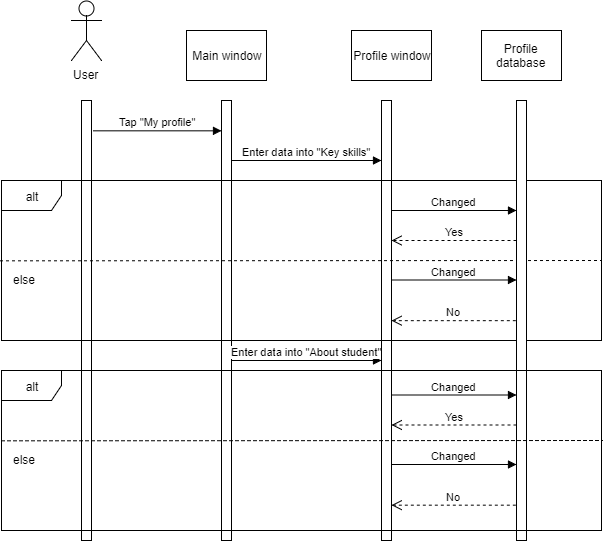
The draw.io diagram docs/Diagramms/Sequence/sequence3.png in DanyaHDanny/UniversityFacemash, before a commit. Source tidied: cells renumbered, new cells last; positions are measured from the earlier drawing's top-left corner, leaving out a move shared by most shapes. Source of this version:
```xml
<mxGraphModel>
  <root>
    <mxCell id="0" />
    <mxCell id="1" parent="0" />
    <mxCell id="2" value="User&lt;br&gt;" style="shape=umlActor;verticalLabelPosition=bottom;labelBackgroundColor=#ffffff;verticalAlign=top;html=1;" parent="1" vertex="1">
      <mxGeometry x="70" width="30" height="60" as="geometry" />
    </mxCell>
    <mxCell id="3" style="html=1;points=[];perimeter=orthogonalPerimeter;" parent="1" vertex="1">
      <mxGeometry x="80" y="100" width="10" height="440" as="geometry" />
    </mxCell>
    <mxCell id="4" value="&amp;nbsp;Main window" style="html=1;" parent="1" vertex="1">
      <mxGeometry x="185" y="30" width="80" height="50" as="geometry" />
    </mxCell>
    <mxCell id="5" style="html=1;points=[];perimeter=orthogonalPerimeter;" parent="1" vertex="1">
      <mxGeometry x="220" y="100" width="10" height="440" as="geometry" />
    </mxCell>
    <mxCell id="6" value="Tap &quot;My profile&quot;" style="html=1;verticalAlign=bottom;endArrow=block;exitX=1.16;exitY=0.069;exitDx=0;exitDy=0;exitPerimeter=0;" parent="1" edge="1" source="3" target="5">
      <mxGeometry relative="1" as="geometry" />
    </mxCell>
    <mxCell id="7" value="&amp;nbsp;Profile window" style="html=1;" parent="1" vertex="1">
      <mxGeometry x="350" y="30" width="80" height="50" as="geometry" />
    </mxCell>
    <mxCell id="8" style="html=1;points=[];perimeter=orthogonalPerimeter;" parent="1" vertex="1">
      <mxGeometry x="380" y="100" width="10" height="440" as="geometry" />
    </mxCell>
    <mxCell id="9" value="Enter data into &quot;Key skills&quot;" style="html=1;verticalAlign=bottom;endArrow=block;exitX=1.16;exitY=0.069;exitDx=0;exitDy=0;exitPerimeter=0;" parent="1" edge="1" target="8">
      <mxGeometry relative="1" as="geometry">
        <mxPoint x="230" y="160" as="sourcePoint" />
      </mxGeometry>
    </mxCell>
    <mxCell id="10" value="alt&lt;br&gt;" style="shape=umlFrame;whiteSpace=wrap;html=1;" parent="1" vertex="1">
      <mxGeometry y="180" width="600" height="160" as="geometry" />
    </mxCell>
    <mxCell id="11" style="endArrow=none;dashed=1;html=1;exitX=-0.003;exitY=0.501;exitDx=0;exitDy=0;exitPerimeter=0;" parent="1" edge="1" source="10">
      <mxGeometry relative="1" as="geometry">
        <mxPoint x="600" y="260" as="targetPoint" />
      </mxGeometry>
    </mxCell>
    <mxCell id="12" value="else" style="text;html=1;align=left;verticalAlign=top;spacingTop=-4;" parent="1" vertex="1">
      <mxGeometry x="9.5" y="270" width="40" height="20" as="geometry" />
    </mxCell>
    <mxCell id="13" value="&amp;nbsp;Profile &lt;br&gt;database" style="html=1;" parent="1" vertex="1">
      <mxGeometry x="480" y="30" width="80" height="50" as="geometry" />
    </mxCell>
    <mxCell id="14" style="html=1;points=[];perimeter=orthogonalPerimeter;" parent="1" vertex="1">
      <mxGeometry x="515" y="100" width="10" height="440" as="geometry" />
    </mxCell>
    <mxCell id="15" value="Changed" style="html=1;verticalAlign=bottom;endArrow=block;" parent="1" edge="1" target="14">
      <mxGeometry relative="1" as="geometry">
        <mxPoint x="390" y="210" as="sourcePoint" />
      </mxGeometry>
    </mxCell>
    <mxCell id="16" value="Changed" style="html=1;verticalAlign=bottom;endArrow=block;" parent="1" edge="1">
      <mxGeometry relative="1" as="geometry">
        <mxPoint x="390" y="279.5" as="sourcePoint" />
        <mxPoint x="515" y="279.5" as="targetPoint" />
      </mxGeometry>
    </mxCell>
    <mxCell id="17" value="No" style="html=1;verticalAlign=bottom;endArrow=open;dashed=1;endSize=8;exitX=-0.1;exitY=0.555;exitDx=0;exitDy=0;exitPerimeter=0;" parent="1" edge="1">
      <mxGeometry relative="1" as="geometry">
        <mxPoint x="514.3" y="320.2" as="sourcePoint" />
        <mxPoint x="390" y="320.2" as="targetPoint" />
      </mxGeometry>
    </mxCell>
    <mxCell id="18" value="Yes" style="html=1;verticalAlign=bottom;endArrow=open;dashed=1;endSize=8;" parent="1" edge="1" target="8">
      <mxGeometry relative="1" as="geometry">
        <mxPoint x="515" y="240" as="sourcePoint" />
      </mxGeometry>
    </mxCell>
    <mxCell id="19" value="Enter data into &quot;About student&quot;" style="html=1;verticalAlign=bottom;endArrow=block;" parent="1" edge="1" target="8">
      <mxGeometry relative="1" as="geometry">
        <mxPoint x="230" y="360" as="sourcePoint" />
      </mxGeometry>
    </mxCell>
    <mxCell id="20" value="alt&lt;br&gt;" style="shape=umlFrame;whiteSpace=wrap;html=1;" parent="1" vertex="1">
      <mxGeometry y="370" width="600" height="160" as="geometry" />
    </mxCell>
    <mxCell id="21" value="Changed" style="html=1;verticalAlign=bottom;endArrow=block;" parent="1" edge="1">
      <mxGeometry relative="1" as="geometry">
        <mxPoint x="390" y="394.5" as="sourcePoint" />
        <mxPoint x="515" y="394.5" as="targetPoint" />
      </mxGeometry>
    </mxCell>
    <mxCell id="22" value="Changed" style="html=1;verticalAlign=bottom;endArrow=block;" parent="1" edge="1">
      <mxGeometry relative="1" as="geometry">
        <mxPoint x="390" y="464" as="sourcePoint" />
        <mxPoint x="515" y="464" as="targetPoint" />
      </mxGeometry>
    </mxCell>
    <mxCell id="23" value="No" style="html=1;verticalAlign=bottom;endArrow=open;dashed=1;endSize=8;exitX=-0.1;exitY=0.555;exitDx=0;exitDy=0;exitPerimeter=0;" parent="1" edge="1">
      <mxGeometry relative="1" as="geometry">
        <mxPoint x="514.3" y="504.7" as="sourcePoint" />
        <mxPoint x="390" y="504.7" as="targetPoint" />
      </mxGeometry>
    </mxCell>
    <mxCell id="24" value="Yes" style="html=1;verticalAlign=bottom;endArrow=open;dashed=1;endSize=8;" parent="1" edge="1">
      <mxGeometry relative="1" as="geometry">
        <mxPoint x="515" y="424.5" as="sourcePoint" />
        <mxPoint x="390" y="424.5" as="targetPoint" />
      </mxGeometry>
    </mxCell>
    <mxCell id="25" style="endArrow=none;dashed=1;html=1;exitX=-0.003;exitY=0.501;exitDx=0;exitDy=0;exitPerimeter=0;" parent="1" edge="1">
      <mxGeometry relative="1" as="geometry">
        <mxPoint y="440.3" as="sourcePoint" />
        <mxPoint x="601.5" y="440" as="targetPoint" />
      </mxGeometry>
    </mxCell>
    <mxCell id="26" value="else" style="text;html=1;align=left;verticalAlign=top;spacingTop=-4;" parent="1" vertex="1">
      <mxGeometry x="9.5" y="450" width="40" height="20" as="geometry" />
    </mxCell>
  </root>
</mxGraphModel>
```
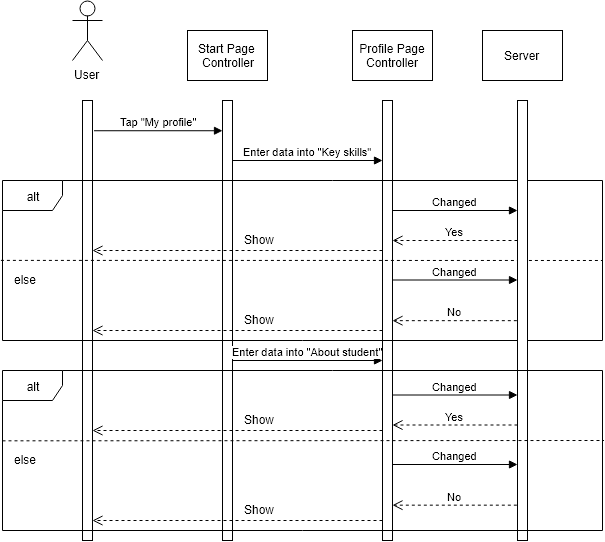
Above is the later version.

What changed in the source:
```diff
@@ -8,7 +8,7 @@
     <mxCell id="3" style="html=1;points=[];perimeter=orthogonalPerimeter;" parent="1" vertex="1">
       <mxGeometry x="80" y="100" width="10" height="440" as="geometry" />
     </mxCell>
-    <mxCell id="4" value="&amp;nbsp;Main window" style="html=1;" parent="1" vertex="1">
+    <mxCell id="4" value="Start Page&lt;br&gt;&amp;nbsp;Controller" style="html=1;" parent="1" vertex="1">
       <mxGeometry x="185" y="30" width="80" height="50" as="geometry" />
     </mxCell>
     <mxCell id="5" style="html=1;points=[];perimeter=orthogonalPerimeter;" parent="1" vertex="1">
@@ -17,7 +17,7 @@
     <mxCell id="6" value="Tap &quot;My profile&quot;" style="html=1;verticalAlign=bottom;endArrow=block;exitX=1.16;exitY=0.069;exitDx=0;exitDy=0;exitPerimeter=0;" parent="1" edge="1" source="3" target="5">
       <mxGeometry relative="1" as="geometry" />
     </mxCell>
-    <mxCell id="7" value="&amp;nbsp;Profile window" style="html=1;" parent="1" vertex="1">
+    <mxCell id="7" value="&amp;nbsp;Profile Page&amp;nbsp;&lt;br&gt;Controller&lt;br&gt;" style="html=1;" parent="1" vertex="1">
       <mxGeometry x="350" y="30" width="80" height="50" as="geometry" />
     </mxCell>
     <mxCell id="8" style="html=1;points=[];perimeter=orthogonalPerimeter;" parent="1" vertex="1">
@@ -39,7 +39,7 @@
     <mxCell id="12" value="else" style="text;html=1;align=left;verticalAlign=top;spacingTop=-4;" parent="1" vertex="1">
       <mxGeometry x="9.5" y="270" width="40" height="20" as="geometry" />
     </mxCell>
-    <mxCell id="13" value="&amp;nbsp;Profile &lt;br&gt;database" style="html=1;" parent="1" vertex="1">
+    <mxCell id="13" value="Server" style="html=1;" parent="1" vertex="1">
       <mxGeometry x="480" y="30" width="80" height="50" as="geometry" />
     </mxCell>
     <mxCell id="14" style="html=1;points=[];perimeter=orthogonalPerimeter;" parent="1" vertex="1">
@@ -108,5 +108,41 @@
     <mxCell id="26" value="else" style="text;html=1;align=left;verticalAlign=top;spacingTop=-4;" parent="1" vertex="1">
       <mxGeometry x="9.5" y="450" width="40" height="20" as="geometry" />
     </mxCell>
+    <mxCell id="27" style="html=1;verticalAlign=bottom;endArrow=open;dashed=1;endSize=8;" parent="1" edge="1">
+      <mxGeometry relative="1" as="geometry">
+        <mxPoint x="380" y="250" as="sourcePoint" />
+        <mxPoint x="90" y="250" as="targetPoint" />
+      </mxGeometry>
+    </mxCell>
+    <mxCell id="28" value="Show" style="text;html=1;align=left;verticalAlign=top;spacingTop=-4;" parent="1" vertex="1">
+      <mxGeometry x="240" y="230" width="50" height="20" as="geometry" />
+    </mxCell>
+    <mxCell id="29" style="html=1;verticalAlign=bottom;endArrow=open;dashed=1;endSize=8;" parent="1" edge="1">
+      <mxGeometry relative="1" as="geometry">
+        <mxPoint x="380" y="330" as="sourcePoint" />
+        <mxPoint x="90" y="330" as="targetPoint" />
+      </mxGeometry>
+    </mxCell>
+    <mxCell id="30" value="Show" style="text;html=1;align=left;verticalAlign=top;spacingTop=-4;" parent="1" vertex="1">
+      <mxGeometry x="240" y="310" width="50" height="20" as="geometry" />
+    </mxCell>
+    <mxCell id="31" style="html=1;verticalAlign=bottom;endArrow=open;dashed=1;endSize=8;" parent="1" edge="1">
+      <mxGeometry relative="1" as="geometry">
+        <mxPoint x="380" y="430" as="sourcePoint" />
+        <mxPoint x="90" y="430" as="targetPoint" />
+      </mxGeometry>
+    </mxCell>
+    <mxCell id="32" value="Show" style="text;html=1;align=left;verticalAlign=top;spacingTop=-4;" parent="1" vertex="1">
+      <mxGeometry x="240" y="410" width="50" height="20" as="geometry" />
+    </mxCell>
+    <mxCell id="33" style="html=1;verticalAlign=bottom;endArrow=open;dashed=1;endSize=8;" parent="1" edge="1">
+      <mxGeometry relative="1" as="geometry">
+        <mxPoint x="380" y="520" as="sourcePoint" />
+        <mxPoint x="90" y="520" as="targetPoint" />
+      </mxGeometry>
+    </mxCell>
+    <mxCell id="34" value="Show" style="text;html=1;align=left;verticalAlign=top;spacingTop=-4;" parent="1" vertex="1">
+      <mxGeometry x="240" y="500" width="50" height="20" as="geometry" />
+    </mxCell>
   </root>
 </mxGraphModel>
```
